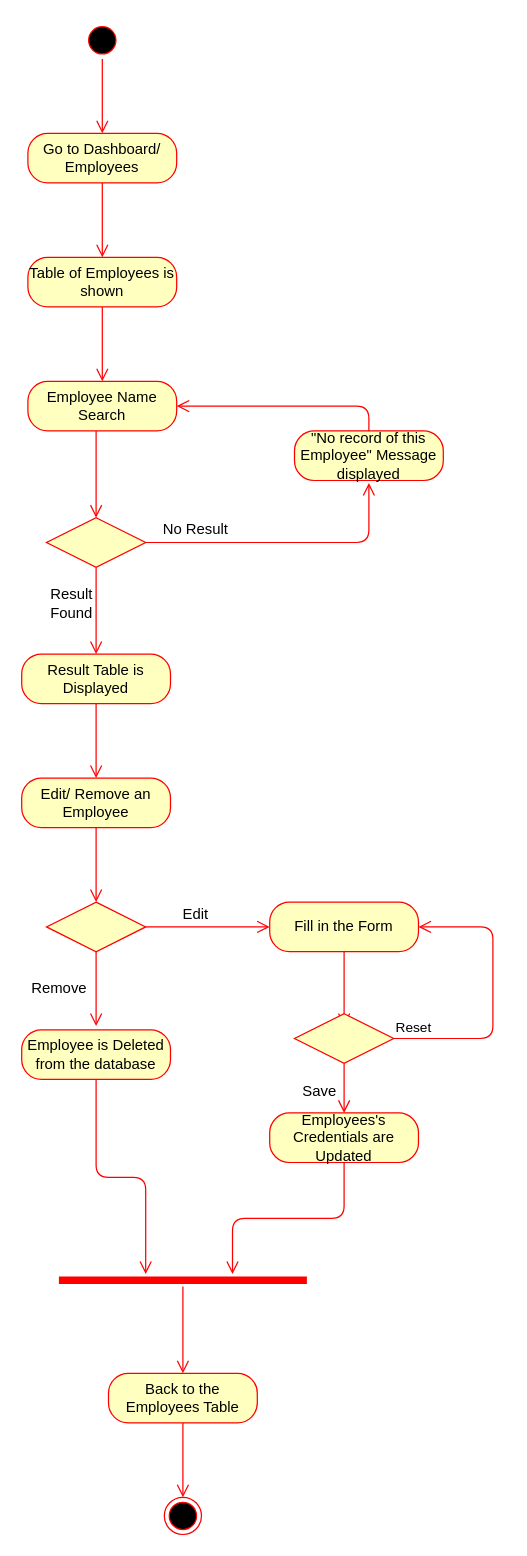
Above: Diagrams/Activity Diagrams FINAL/AC_11-12-13_ View Edit Remove Employee.drawio in kkasharaj17/SE-project (draw.io), before the change. Source tidied: cells renumbered, new cells numbered last; positions are measured from the earlier drawing's top-left corner, leaving out a move shared by most shapes. Both pictures are drawn from the tidied source at 124%, with x=0, y=0 at pixel (21, 21).
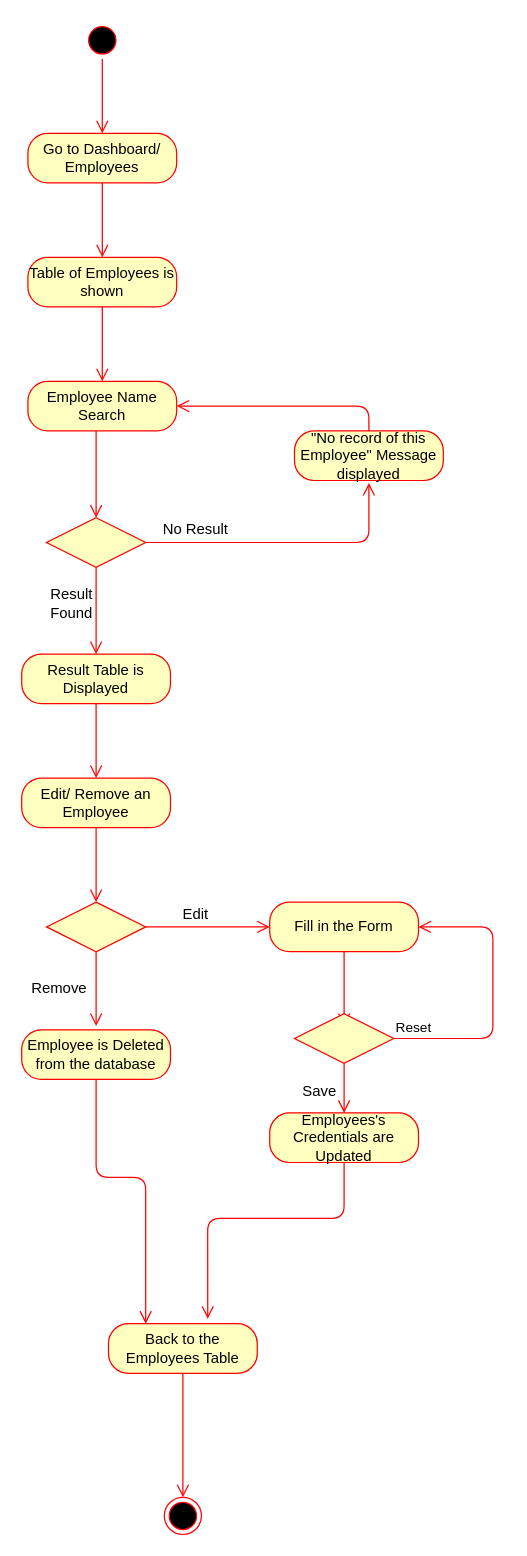
The same page after the edit.

The change refers to these unchanged cells:
```xml
<mxCell id="32" value="Employees's Credentials are Updated" style="rounded=1;whiteSpace=wrap;html=1;arcSize=40;fontColor=#000000;fillColor=#ffffc0;strokeColor=#ff0000;" parent="1" vertex="1">
  <mxGeometry x="200" y="880" width="120" height="40" as="geometry" />
</mxCell>
<mxCell id="34" value="Employee is Deleted from the database" style="rounded=1;whiteSpace=wrap;html=1;arcSize=40;fontColor=#000000;fillColor=#ffffc0;strokeColor=#ff0000;" parent="1" vertex="1">
  <mxGeometry y="813" width="120" height="40" as="geometry" />
</mxCell>
```

What changed in the source:
```diff
@@
-    <mxCell id="33" style="edgeStyle=orthogonalEdgeStyle;html=1;verticalAlign=bottom;endArrow=open;endSize=8;strokeColor=#ff0000;" parent="1" edge="1" source="32" target="36">
+    <mxCell id="33" style="edgeStyle=orthogonalEdgeStyle;html=1;verticalAlign=bottom;endArrow=open;endSize=8;strokeColor=#ff0000;entryX=0.667;entryY=-0.1;entryDx=0;entryDy=0;entryPerimeter=0;" parent="1" edge="1" source="32" target="38">
       <mxGeometry relative="1" as="geometry">
         <Array as="points">
           <mxPoint x="260" y="965" />
-          <mxPoint x="170" y="965" />
+          <mxPoint x="150" y="965" />
         </Array>
       </mxGeometry>
     </mxCell>
@@
-    <mxCell id="35" style="edgeStyle=orthogonalEdgeStyle;html=1;verticalAlign=bottom;endArrow=open;endSize=8;strokeColor=#ff0000;" parent="1" edge="1" source="34" target="36">
+    <mxCell id="35" style="edgeStyle=orthogonalEdgeStyle;html=1;verticalAlign=bottom;endArrow=open;endSize=8;strokeColor=#ff0000;entryX=0.25;entryY=0;entryDx=0;entryDy=0;" parent="1" edge="1" source="34" target="38">
       <mxGeometry relative="1" as="geometry">
         <Array as="points">
           <mxPoint x="60" y="932" />
           <mxPoint x="100" y="932" />
         </Array>
       </mxGeometry>
     </mxCell>
-    <mxCell id="36" style="shape=line;html=1;strokeWidth=6;strokeColor=#ff0000;" parent="1" vertex="1">
-      <mxGeometry x="30" y="1010" width="200" height="10" as="geometry" />
-    </mxCell>
-    <mxCell id="37" style="edgeStyle=orthogonalEdgeStyle;html=1;verticalAlign=bottom;endArrow=open;endSize=8;strokeColor=#ff0000;" parent="1" edge="1" source="36">
-      <mxGeometry relative="1" as="geometry">
-        <mxPoint x="130" y="1090" as="targetPoint" />
-      </mxGeometry>
-    </mxCell>
     <mxCell id="38" value="Back to the Employees Table" style="rounded=1;whiteSpace=wrap;html=1;arcSize=40;fontColor=#000000;fillColor=#ffffc0;strokeColor=#ff0000;" parent="1" vertex="1">
-      <mxGeometry x="70" y="1090" width="120" height="40" as="geometry" />
+      <mxGeometry x="70" y="1050" width="120" height="40" as="geometry" />
     </mxCell>
```
